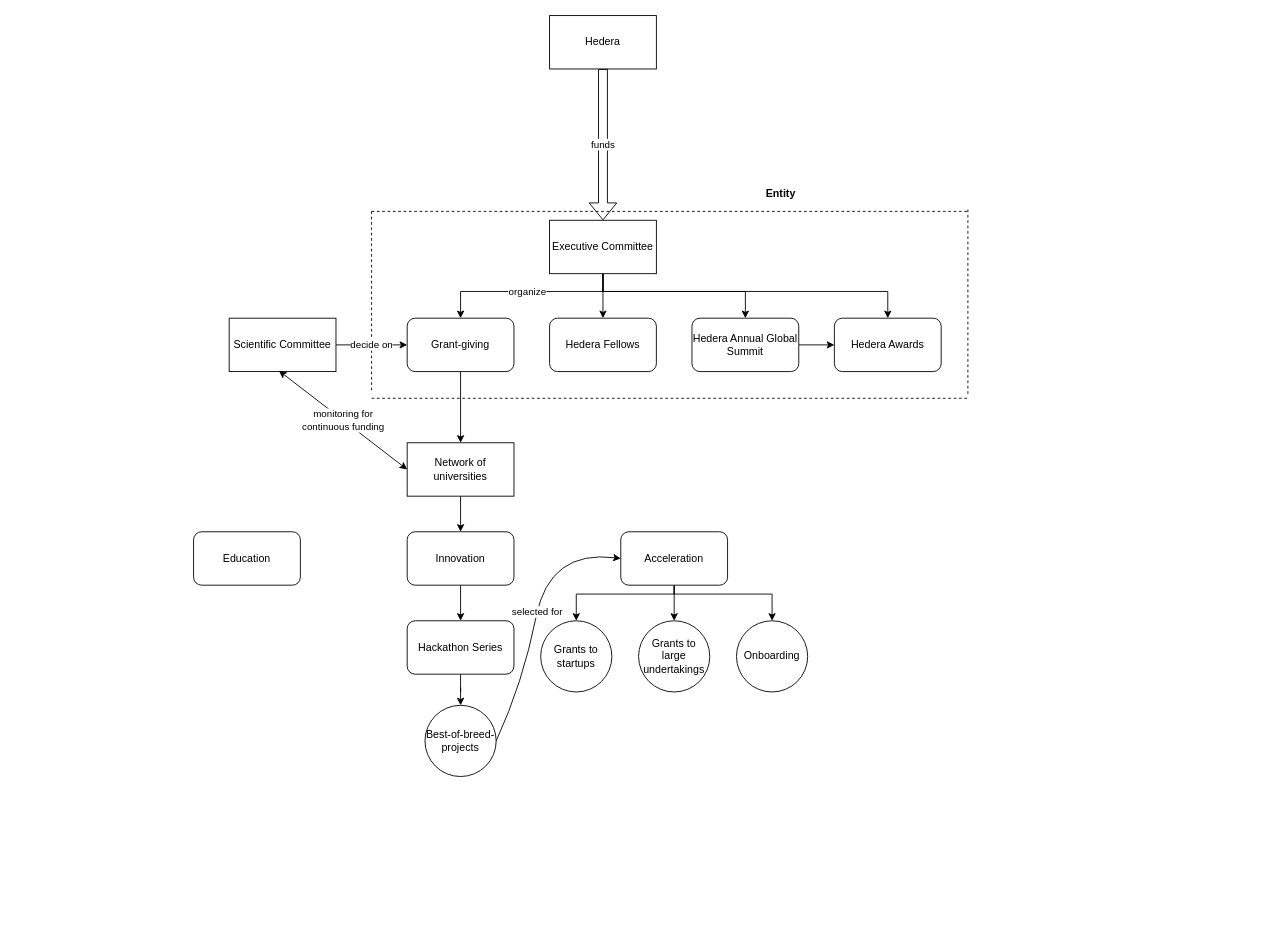
This is RFP.drawio from juan22xT/TEA, a draw.io file, before an edit. Source tidied: cells renumbered, new cells numbered last; positions are measured from the earlier drawing's top-left corner, leaving out a move shared by most shapes. Both pictures are drawn from the tidied source at 89%, with x=0, y=0 at pixel (193, 15).
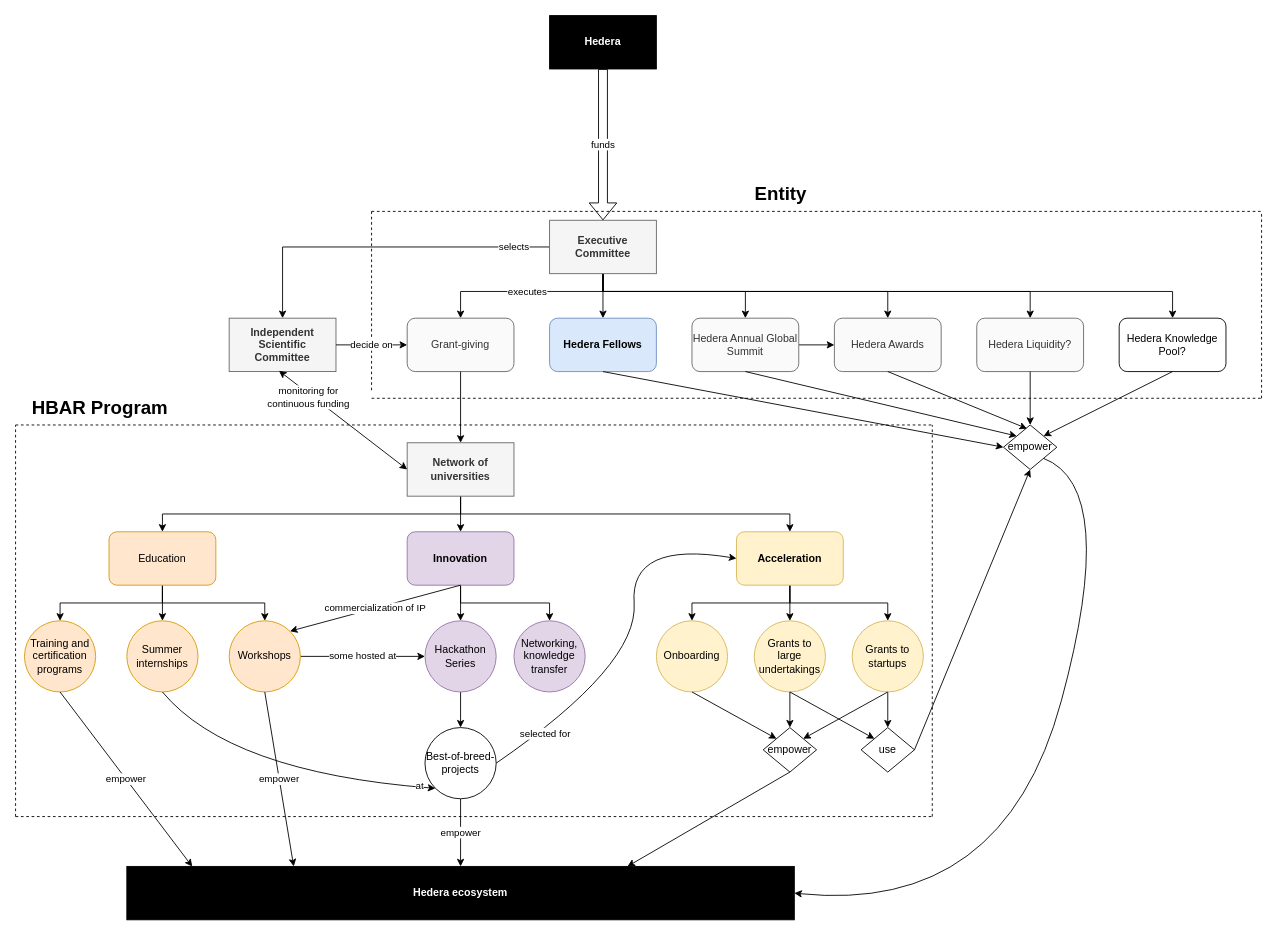
Above is the later version.

What changed in the source:
```diff
@@
-    <mxCell id="3" value="organize" style="edgeStyle=orthogonalEdgeStyle;rounded=0;jettySize=auto;html=1;" parent="1" edge="1" source="6" target="14">
+    <mxCell id="3" value="executes" style="edgeStyle=orthogonalEdgeStyle;rounded=0;jettySize=auto;html=1;" parent="1" edge="1" source="6" target="14">
       <mxGeometry relative="1" as="geometry">
         <Array as="points">
           <mxPoint x="460" y="310" />
           <mxPoint x="300" y="310" />
         </Array>
       </mxGeometry>
     </mxCell>
@@
+    <mxCell id="39" value="selects" style="edgeStyle=orthogonalEdgeStyle;rounded=0;jettySize=auto;html=1;" parent="1" edge="1" source="6" target="10">
+      <mxGeometry x="-0.79" relative="1" as="geometry" />
+    </mxCell>
+    <mxCell id="40" style="edgeStyle=orthogonalEdgeStyle;rounded=0;jettySize=auto;html=1;" parent="1" edge="1" source="6" target="52">
+      <mxGeometry relative="1" as="geometry">
+        <Array as="points">
+          <mxPoint x="460" y="310" />
+          <mxPoint x="940" y="310" />
+        </Array>
+      </mxGeometry>
+    </mxCell>
+    <mxCell id="41" style="edgeStyle=orthogonalEdgeStyle;rounded=0;jettySize=auto;html=1;" parent="1" edge="1" source="6" target="53">
+      <mxGeometry relative="1" as="geometry">
+        <Array as="points">
+          <mxPoint x="460" y="310" />
+          <mxPoint x="1100" y="310" />
+        </Array>
+      </mxGeometry>
+    </mxCell>
-    <mxCell id="6" value="Executive Committee" style="rounded=0;whiteSpace=wrap;html=1;" parent="1" vertex="1">
+    <mxCell id="6" value="Executive Committee" style="rounded=0;whiteSpace=wrap;html=1;fillColor=#f5f5f5;strokeColor=#666666;fontColor=#333333;fontStyle=1;" parent="1" vertex="1">
       <mxGeometry x="400" y="230" width="120" height="60" as="geometry" />
     </mxCell>
@@
+    <mxCell id="42" style="edgeStyle=orthogonalEdgeStyle;rounded=0;jettySize=auto;html=1;" parent="1" edge="1" source="8" target="37">
+      <mxGeometry relative="1" as="geometry">
+        <Array as="points">
+          <mxPoint x="300" y="560" />
+          <mxPoint x="-35" y="560" />
+        </Array>
+      </mxGeometry>
+    </mxCell>
+    <mxCell id="43" style="edgeStyle=orthogonalEdgeStyle;rounded=0;jettySize=auto;html=1;" parent="1" edge="1" source="8" target="28">
+      <mxGeometry relative="1" as="geometry">
+        <Array as="points">
+          <mxPoint x="300" y="560" />
+          <mxPoint x="670" y="560" />
+        </Array>
+      </mxGeometry>
+    </mxCell>
-    <mxCell id="8" value="Network of universities" style="rounded=0;whiteSpace=wrap;html=1;" parent="1" vertex="1">
+    <mxCell id="8" value="Network of universities" style="rounded=0;whiteSpace=wrap;html=1;fillColor=#f5f5f5;strokeColor=#666666;fontColor=#333333;fontStyle=1;" parent="1" vertex="1">
       <mxGeometry x="240" y="480" width="120" height="60" as="geometry" />
     </mxCell>
@@
-    <mxCell id="10" value="Scientific Committee" style="rounded=0;whiteSpace=wrap;html=1;" parent="1" vertex="1">
+    <mxCell id="10" value="Independent Scientific Committee" style="rounded=0;whiteSpace=wrap;html=1;fillColor=#f5f5f5;strokeColor=#666666;fontColor=#333333;fontStyle=1;" parent="1" vertex="1">
       <mxGeometry x="40" y="340" width="120" height="60" as="geometry" />
     </mxCell>
-    <mxCell id="11" value="Hedera" style="rounded=0;whiteSpace=wrap;html=1;" parent="1" vertex="1">
+    <mxCell id="11" value="Hedera" style="rounded=0;whiteSpace=wrap;html=1;fillColor=#000000;fontColor=#FFFFFF;fontStyle=1;" parent="1" vertex="1">
       <mxGeometry x="400" width="120" height="60" as="geometry" />
     </mxCell>
@@
-    <mxCell id="13" value="Hedera Fellows" style="rounded=1;whiteSpace=wrap;html=1;" parent="1" vertex="1">
+    <mxCell id="13" value="Hedera Fellows" style="rounded=1;whiteSpace=wrap;html=1;strokeColor=#6c8ebf;fillColor=#dae8fc;fontStyle=1;" parent="1" vertex="1">
       <mxGeometry x="400" y="340" width="120" height="60" as="geometry" />
     </mxCell>
-    <mxCell id="14" value="Grant-giving" style="rounded=1;whiteSpace=wrap;html=1;" parent="1" vertex="1">
+    <mxCell id="14" value="Grant-giving" style="rounded=1;whiteSpace=wrap;html=1;strokeColor=#666666;fontColor=#333333;fillColor=#FAFAFA;" parent="1" vertex="1">
       <mxGeometry x="240" y="340" width="120" height="60" as="geometry" />
     </mxCell>
@@
-    <mxCell id="16" value="Hedera Annual Global Summit" style="rounded=1;whiteSpace=wrap;html=1;" parent="1" vertex="1">
+    <mxCell id="16" value="Hedera Annual Global Summit" style="rounded=1;whiteSpace=wrap;html=1;strokeColor=#666666;fontColor=#333333;fillColor=#FAFAFA;" parent="1" vertex="1">
       <mxGeometry x="560" y="340" width="120" height="60" as="geometry" />
     </mxCell>
-    <mxCell id="17" value="Hedera Awards" style="rounded=1;whiteSpace=wrap;html=1;" parent="1" vertex="1">
+    <mxCell id="17" value="Hedera Awards" style="rounded=1;whiteSpace=wrap;html=1;strokeColor=#666666;fontColor=#333333;fillColor=#FAFAFA;" parent="1" vertex="1">
       <mxGeometry x="720" y="340" width="120" height="60" as="geometry" />
     </mxCell>
     <mxCell id="18" value="monitoring for &lt;br&gt;continuous funding" style="endArrow=classic;startArrow=classic;html=1;exitX=0.466;exitY=0.985;exitDx=0;exitDy=0;exitPerimeter=0;entryX=0;entryY=0.5;entryDx=0;entryDy=0;" parent="1" edge="1" source="10" target="8">
-      <mxGeometry relative="1" as="geometry" />
+      <mxGeometry x="-0.5" y="-4" relative="1" as="geometry">
+        <mxPoint y="-1" as="offset" />
+      </mxGeometry>
     </mxCell>
@@
     <mxCell id="20" style="endArrow=none;dashed=1;html=1;" parent="1" edge="1">
       <mxGeometry relative="1" as="geometry">
-        <mxPoint x="870" y="425" as="sourcePoint" />
-        <mxPoint x="870" y="215" as="targetPoint" />
+        <mxPoint x="1200" y="430" as="sourcePoint" />
+        <mxPoint x="1200" y="220" as="targetPoint" />
       </mxGeometry>
     </mxCell>
     <mxCell id="21" style="endArrow=none;dashed=1;html=1;" parent="1" edge="1">
       <mxGeometry relative="1" as="geometry">
         <mxPoint x="200" y="220" as="sourcePoint" />
-        <mxPoint x="871.1" y="220" as="targetPoint" />
+        <mxPoint x="1200" y="220" as="targetPoint" />
       </mxGeometry>
     </mxCell>
     <mxCell id="22" style="endArrow=none;dashed=1;html=1;" parent="1" edge="1">
       <mxGeometry relative="1" as="geometry">
         <mxPoint x="200" y="430" as="sourcePoint" />
-        <mxPoint x="871.1" y="430" as="targetPoint" />
+        <mxPoint x="1200" y="430" as="targetPoint" />
       </mxGeometry>
     </mxCell>
-    <mxCell id="23" value="&lt;b&gt;Entity&lt;/b&gt;" style="text;html=1;strokeColor=none;fillColor=none;align=center;verticalAlign=middle;whiteSpace=wrap;rounded=0;" parent="1" vertex="1">
+    <mxCell id="23" value="&lt;b style=&quot;font-size: 21px;&quot;&gt;Entity&lt;/b&gt;" style="text;html=1;strokeColor=none;fillColor=none;align=center;verticalAlign=middle;whiteSpace=wrap;rounded=0;fontSize=21;" parent="1" vertex="1">
       <mxGeometry x="640" y="190" width="40" height="20" as="geometry" />
     </mxCell>
@@
     <mxCell id="26" style="edgeStyle=orthogonalEdgeStyle;rounded=0;jettySize=auto;html=1;" parent="1" edge="1" source="28" target="29">
       <mxGeometry relative="1" as="geometry">
         <Array as="points">
-          <mxPoint x="540" y="650" />
-          <mxPoint x="430" y="650" />
+          <mxPoint x="670" y="660" />
+          <mxPoint x="560" y="660" />
         </Array>
       </mxGeometry>
     </mxCell>
     <mxCell id="27" style="edgeStyle=orthogonalEdgeStyle;rounded=0;jettySize=auto;html=1;" parent="1" edge="1" source="28" target="31">
       <mxGeometry relative="1" as="geometry">
         <Array as="points">
-          <mxPoint x="540" y="650" />
-          <mxPoint x="650" y="650" />
+          <mxPoint x="670" y="660" />
+          <mxPoint x="780" y="660" />
         </Array>
       </mxGeometry>
     </mxCell>
-    <mxCell id="28" value="Acceleration" style="rounded=1;whiteSpace=wrap;html=1;" parent="1" vertex="1">
-      <mxGeometry x="480" y="580" width="120" height="60" as="geometry" />
+    <mxCell id="28" value="Acceleration" style="rounded=1;whiteSpace=wrap;html=1;fillColor=#fff2cc;strokeColor=#d6b656;fontStyle=1;" parent="1" vertex="1">
+      <mxGeometry x="610" y="580" width="120" height="60" as="geometry" />
     </mxCell>
-    <mxCell id="29" value="Grants to startups" style="ellipse;whiteSpace=wrap;html=1;" parent="1" vertex="1">
-      <mxGeometry x="390" y="680" width="80" height="80" as="geometry" />
+    <mxCell id="29" value="Onboarding" style="ellipse;whiteSpace=wrap;html=1;fillColor=#fff2cc;strokeColor=#d6b656;" parent="1" vertex="1">
+      <mxGeometry x="520" y="680" width="80" height="80" as="geometry" />
     </mxCell>
-    <mxCell id="30" value="Grants to large undertakings" style="ellipse;whiteSpace=wrap;html=1;" parent="1" vertex="1">
-      <mxGeometry x="500" y="680" width="80" height="80" as="geometry" />
+    <mxCell id="30" value="Grants to large undertakings" style="ellipse;whiteSpace=wrap;html=1;fillColor=#fff2cc;strokeColor=#d6b656;" parent="1" vertex="1">
+      <mxGeometry x="630" y="680" width="80" height="80" as="geometry" />
     </mxCell>
+    <mxCell id="44" style="edgeStyle=orthogonalEdgeStyle;rounded=0;jettySize=auto;html=1;" parent="1" edge="1" source="31" target="70">
+      <mxGeometry relative="1" as="geometry" />
+    </mxCell>
-    <mxCell id="31" value="Onboarding" style="ellipse;whiteSpace=wrap;html=1;" parent="1" vertex="1">
-      <mxGeometry x="610" y="680" width="80" height="80" as="geometry" />
+    <mxCell id="31" value="Grants to startups" style="ellipse;whiteSpace=wrap;html=1;fillColor=#fff2cc;strokeColor=#d6b656;" parent="1" vertex="1">
+      <mxGeometry x="740" y="680" width="80" height="80" as="geometry" />
     </mxCell>
@@
+    <mxCell id="45" style="edgeStyle=orthogonalEdgeStyle;rounded=0;jettySize=auto;html=1;fontColor=#FFFFFF;" parent="1" edge="1" source="33" target="72">
+      <mxGeometry relative="1" as="geometry" />
+    </mxCell>
-    <mxCell id="33" value="Innovation" style="rounded=1;whiteSpace=wrap;html=1;" parent="1" vertex="1">
+    <mxCell id="33" value="Innovation" style="rounded=1;whiteSpace=wrap;html=1;fillColor=#e1d5e7;strokeColor=#9673a6;fontStyle=1;" parent="1" vertex="1">
       <mxGeometry x="240" y="580" width="120" height="60" as="geometry" />
     </mxCell>
+    <mxCell id="46" value="empower" style="edgeStyle=orthogonalEdgeStyle;rounded=0;jettySize=auto;html=1;" parent="1" edge="1" source="36" target="55">
+      <mxGeometry relative="1" as="geometry" />
+    </mxCell>
+    <mxCell id="36" value="Best-of-breed-projects" style="ellipse;whiteSpace=wrap;html=1;" parent="1" vertex="1">
+      <mxGeometry x="260" y="800" width="80" height="80" as="geometry" />
+    </mxCell>
+    <mxCell id="47" style="edgeStyle=orthogonalEdgeStyle;rounded=0;jettySize=auto;html=1;" parent="1" edge="1" source="37" target="54">
+      <mxGeometry relative="1" as="geometry" />
+    </mxCell>
+    <mxCell id="48" style="edgeStyle=orthogonalEdgeStyle;rounded=0;jettySize=auto;html=1;" parent="1" edge="1" source="37" target="56">
+      <mxGeometry relative="1" as="geometry">
+        <Array as="points">
+          <mxPoint x="-35" y="660" />
+          <mxPoint x="-150" y="660" />
+        </Array>
+      </mxGeometry>
+    </mxCell>
+    <mxCell id="49" style="edgeStyle=orthogonalEdgeStyle;rounded=0;jettySize=auto;html=1;" parent="1" edge="1" source="37" target="51">
+      <mxGeometry relative="1" as="geometry">
+        <Array as="points">
+          <mxPoint x="-35" y="660" />
+          <mxPoint x="80" y="660" />
+        </Array>
+      </mxGeometry>
+    </mxCell>
+    <mxCell id="37" value="Education" style="rounded=1;whiteSpace=wrap;html=1;fillColor=#ffe6cc;strokeColor=#d79b00;" parent="1" vertex="1">
+      <mxGeometry x="-95" y="580" width="120" height="60" as="geometry" />
+    </mxCell>
+    <mxCell id="38" value="selected for" style="curved=1;endArrow=classic;html=1;exitX=1;exitY=0.5;exitDx=0;exitDy=0;entryX=0;entryY=0.5;entryDx=0;entryDy=0;" parent="1" edge="1" source="36" target="28">
+      <mxGeometry x="-0.72" y="-4" relative="1" as="geometry">
+        <Array as="points">
+          <mxPoint x="500" y="730" />
+          <mxPoint x="490" y="590" />
+        </Array>
+      </mxGeometry>
+    </mxCell>
+    <mxCell id="50" value="some hosted at" style="edgeStyle=orthogonalEdgeStyle;rounded=0;jettySize=auto;html=1;entryX=0;entryY=0.5;entryDx=0;entryDy=0;" parent="1" edge="1" source="51" target="35">
+      <mxGeometry relative="1" as="geometry" />
+    </mxCell>
+    <mxCell id="51" value="Workshops" style="ellipse;whiteSpace=wrap;html=1;fillColor=#ffe6cc;strokeColor=#d79b00;" parent="1" vertex="1">
+      <mxGeometry x="40" y="680" width="80" height="80" as="geometry" />
+    </mxCell>
+    <mxCell id="52" value="Hedera Liquidity?" style="rounded=1;whiteSpace=wrap;html=1;strokeColor=#666666;fontColor=#333333;fillColor=#FAFAFA;" parent="1" vertex="1">
+      <mxGeometry x="880" y="340" width="120" height="60" as="geometry" />
+    </mxCell>
+    <mxCell id="53" value="Hedera Knowledge Pool?" style="rounded=1;whiteSpace=wrap;html=1;" parent="1" vertex="1">
+      <mxGeometry x="1040" y="340" width="120" height="60" as="geometry" />
+    </mxCell>
+    <mxCell id="54" value="Summer internships" style="ellipse;whiteSpace=wrap;html=1;fillColor=#ffe6cc;strokeColor=#d79b00;" parent="1" vertex="1">
+      <mxGeometry x="-75" y="680" width="80" height="80" as="geometry" />
+    </mxCell>
+    <mxCell id="55" value="Hedera ecosystem" style="rounded=0;whiteSpace=wrap;html=1;fontColor=#FFFFFF;fillColor=#000000;fontStyle=1;" parent="1" vertex="1">
+      <mxGeometry x="-75" y="956" width="750" height="60" as="geometry" />
+    </mxCell>
-    <mxCell id="34" style="edgeStyle=orthogonalEdgeStyle;rounded=0;jettySize=auto;html=1;" parent="1" edge="1" source="35" target="36">
+    <mxCell id="34" style="edgeStyle=orthogonalEdgeStyle;rounded=0;jettySize=auto;html=1;fontColor=#FFFFFF;" parent="1" edge="1" source="35" target="36">
       <mxGeometry relative="1" as="geometry" />
     </mxCell>
-    <mxCell id="35" value="Hackathon Series" style="rounded=1;whiteSpace=wrap;html=1;" parent="1" vertex="1">
-      <mxGeometry x="240" y="680" width="120" height="60" as="geometry" />
+    <mxCell id="35" value="Hackathon Series" style="ellipse;whiteSpace=wrap;html=1;fillColor=#e1d5e7;strokeColor=#9673a6;" parent="1" vertex="1">
+      <mxGeometry x="260" y="680" width="80" height="80" as="geometry" />
     </mxCell>
-    <mxCell id="36" value="Best-of-breed-projects" style="ellipse;whiteSpace=wrap;html=1;" parent="1" vertex="1">
-      <mxGeometry x="260" y="775" width="80" height="80" as="geometry" />
-    </mxCell>
-    <mxCell id="37" value="Education" style="rounded=1;whiteSpace=wrap;html=1;" parent="1" vertex="1">
-      <mxGeometry y="580" width="120" height="60" as="geometry" />
-    </mxCell>
-    <mxCell id="38" value="selected for" style="curved=1;endArrow=classic;html=1;exitX=1;exitY=0.5;exitDx=0;exitDy=0;entryX=0;entryY=0.5;entryDx=0;entryDy=0;" parent="1" edge="1" source="36" target="28">
-      <mxGeometry relative="1" as="geometry">
-        <Array as="points">
-          <mxPoint x="370" y="750" />
-          <mxPoint x="400" y="600" />
-        </Array>
-      </mxGeometry>
-    </mxCell>
+    <mxCell id="56" value="Training and certification programs" style="ellipse;whiteSpace=wrap;html=1;fillColor=#ffe6cc;strokeColor=#d79b00;" parent="1" vertex="1">
+      <mxGeometry x="-190" y="680" width="80" height="80" as="geometry" />
+    </mxCell>
+    <mxCell id="57" value="empower" style="endArrow=classic;html=1;entryX=0.098;entryY=0.003;entryDx=0;entryDy=0;exitX=0.5;exitY=1;exitDx=0;exitDy=0;entryPerimeter=0;" parent="1" edge="1" source="56" target="55">
+      <mxGeometry relative="1" as="geometry" />
+    </mxCell>
+    <mxCell id="58" value="at" style="curved=1;endArrow=classic;html=1;exitX=0.5;exitY=1;exitDx=0;exitDy=0;entryX=0;entryY=1;entryDx=0;entryDy=0;" parent="1" edge="1" source="54" target="36">
+      <mxGeometry x="0.9" y="1" relative="1" as="geometry">
+        <Array as="points">
+          <mxPoint x="40" y="850" />
+        </Array>
+      </mxGeometry>
+    </mxCell>
+    <mxCell id="59" value="empower" style="endArrow=classic;html=1;entryX=0.25;entryY=0;entryDx=0;entryDy=0;exitX=0.5;exitY=1;exitDx=0;exitDy=0;" parent="1" edge="1" source="51" target="55">
+      <mxGeometry relative="1" as="geometry" />
+    </mxCell>
+    <mxCell id="60" style="endArrow=classic;html=1;exitX=0.5;exitY=1;exitDx=0;exitDy=0;entryX=0;entryY=0.5;entryDx=0;entryDy=0;" parent="1" edge="1" source="13" target="78">
+      <mxGeometry relative="1" as="geometry" />
+    </mxCell>
+    <mxCell id="61" style="endArrow=classic;html=1;exitX=0.5;exitY=1;exitDx=0;exitDy=0;entryX=0;entryY=0;entryDx=0;entryDy=0;" parent="1" edge="1" source="16" target="78">
+      <mxGeometry relative="1" as="geometry" />
+    </mxCell>
+    <mxCell id="62" style="endArrow=classic;html=1;exitX=0.5;exitY=1;exitDx=0;exitDy=0;entryX=0.5;entryY=0;entryDx=0;entryDy=0;" parent="1" edge="1" source="52" target="78">
+      <mxGeometry relative="1" as="geometry" />
+    </mxCell>
+    <mxCell id="63" style="endArrow=classic;html=1;exitX=0.5;exitY=1;exitDx=0;exitDy=0;entryX=1;entryY=0;entryDx=0;entryDy=0;" parent="1" edge="1" source="53" target="78">
+      <mxGeometry relative="1" as="geometry" />
+    </mxCell>
+    <mxCell id="64" style="curved=1;endArrow=classic;html=1;entryX=1;entryY=0.5;entryDx=0;entryDy=0;exitX=1;exitY=1;exitDx=0;exitDy=0;" parent="1" edge="1" source="78" target="55">
+      <mxGeometry relative="1" as="geometry">
+        <Array as="points">
+          <mxPoint x="1040" y="530" />
+          <mxPoint x="910" y="1010" />
+        </Array>
+      </mxGeometry>
+    </mxCell>
+    <mxCell id="65" value="empower" style="rhombus;whiteSpace=wrap;html=1;" parent="1" vertex="1">
+      <mxGeometry x="640" y="800" width="60" height="50" as="geometry" />
+    </mxCell>
+    <mxCell id="66" style="endArrow=classic;html=1;exitX=0.5;exitY=1;exitDx=0;exitDy=0;entryX=0;entryY=0;entryDx=0;entryDy=0;" parent="1" edge="1" source="29" target="65">
+      <mxGeometry relative="1" as="geometry" />
+    </mxCell>
+    <mxCell id="67" style="endArrow=classic;html=1;exitX=0.5;exitY=1;exitDx=0;exitDy=0;entryX=0.5;entryY=0;entryDx=0;entryDy=0;" parent="1" edge="1" source="30" target="65">
+      <mxGeometry relative="1" as="geometry" />
+    </mxCell>
+    <mxCell id="68" style="endArrow=classic;html=1;exitX=0.5;exitY=1;exitDx=0;exitDy=0;entryX=1;entryY=0;entryDx=0;entryDy=0;" parent="1" edge="1" source="31" target="65">
+      <mxGeometry relative="1" as="geometry" />
+    </mxCell>
+    <mxCell id="69" style="endArrow=classic;html=1;exitX=0.5;exitY=1;exitDx=0;exitDy=0;entryX=0.75;entryY=0;entryDx=0;entryDy=0;" parent="1" edge="1" source="65" target="55">
+      <mxGeometry relative="1" as="geometry" />
+    </mxCell>
+    <mxCell id="70" value="use" style="rhombus;whiteSpace=wrap;html=1;" parent="1" vertex="1">
+      <mxGeometry x="750" y="800" width="60" height="50" as="geometry" />
+    </mxCell>
+    <mxCell id="71" style="endArrow=classic;html=1;exitX=0.5;exitY=1;exitDx=0;exitDy=0;entryX=0;entryY=0;entryDx=0;entryDy=0;" parent="1" edge="1" source="30" target="70">
+      <mxGeometry relative="1" as="geometry" />
+    </mxCell>
+    <mxCell id="72" value="Networking, knowledge transfer" style="ellipse;whiteSpace=wrap;html=1;fillColor=#e1d5e7;strokeColor=#9673a6;" parent="1" vertex="1">
+      <mxGeometry x="360" y="680" width="80" height="80" as="geometry" />
+    </mxCell>
+    <mxCell id="73" value="commercialization of IP" style="endArrow=classic;html=1;exitX=0.5;exitY=1;exitDx=0;exitDy=0;entryX=1;entryY=0;entryDx=0;entryDy=0;" parent="1" edge="1" source="33" target="51">
+      <mxGeometry relative="1" as="geometry" />
+    </mxCell>
+    <mxCell id="74" style="endArrow=none;dashed=1;html=1;" parent="1" edge="1">
+      <mxGeometry relative="1" as="geometry">
+        <mxPoint x="-200" y="900" as="sourcePoint" />
+        <mxPoint x="-200" y="460" as="targetPoint" />
+      </mxGeometry>
+    </mxCell>
+    <mxCell id="75" style="endArrow=none;dashed=1;html=1;" parent="1" edge="1">
+      <mxGeometry relative="1" as="geometry">
+        <mxPoint x="-200" y="460" as="sourcePoint" />
+        <mxPoint x="830" y="460" as="targetPoint" />
+      </mxGeometry>
+    </mxCell>
+    <mxCell id="76" style="endArrow=none;dashed=1;html=1;" parent="1" edge="1">
+      <mxGeometry relative="1" as="geometry">
+        <mxPoint x="830" y="900" as="sourcePoint" />
+        <mxPoint x="830" y="460" as="targetPoint" />
+      </mxGeometry>
+    </mxCell>
+    <mxCell id="77" style="endArrow=none;dashed=1;html=1;" parent="1" edge="1">
+      <mxGeometry relative="1" as="geometry">
+        <mxPoint x="-200" y="900" as="sourcePoint" />
+        <mxPoint x="830" y="900" as="targetPoint" />
+      </mxGeometry>
+    </mxCell>
+    <mxCell id="78" value="empower" style="rhombus;whiteSpace=wrap;html=1;" parent="1" vertex="1">
+      <mxGeometry x="910" y="460" width="60" height="50" as="geometry" />
+    </mxCell>
+    <mxCell id="79" style="endArrow=classic;html=1;fontColor=#FFFFFF;exitX=0.5;exitY=1;exitDx=0;exitDy=0;entryX=0.441;entryY=0.082;entryDx=0;entryDy=0;entryPerimeter=0;" parent="1" edge="1" source="17" target="78">
+      <mxGeometry relative="1" as="geometry" />
+    </mxCell>
+    <mxCell id="80" style="endArrow=classic;html=1;fontColor=#FFFFFF;exitX=1;exitY=0.5;exitDx=0;exitDy=0;entryX=0.5;entryY=1;entryDx=0;entryDy=0;" parent="1" edge="1" source="70" target="78">
+      <mxGeometry relative="1" as="geometry" />
+    </mxCell>
+    <mxCell id="81" value="&lt;b style=&quot;font-size: 21px;&quot;&gt;HBAR Program&lt;/b&gt;" style="text;html=1;strokeColor=none;fillColor=none;align=center;verticalAlign=middle;whiteSpace=wrap;rounded=0;fontSize=21;" parent="1" vertex="1">
+      <mxGeometry x="-200" y="430" width="190" height="20" as="geometry" />
+    </mxCell>
```
